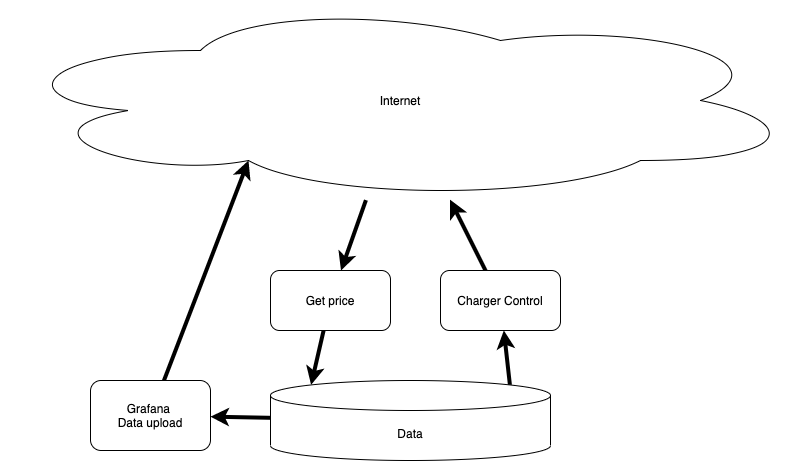
This is design.png from rhjensen79/perfect-charge, a draw.io export, as it was before one commit. Source tidied: cells renumbered, new cells last; positions are measured from the earlier drawing's top-left corner, leaving out a move shared by most shapes.
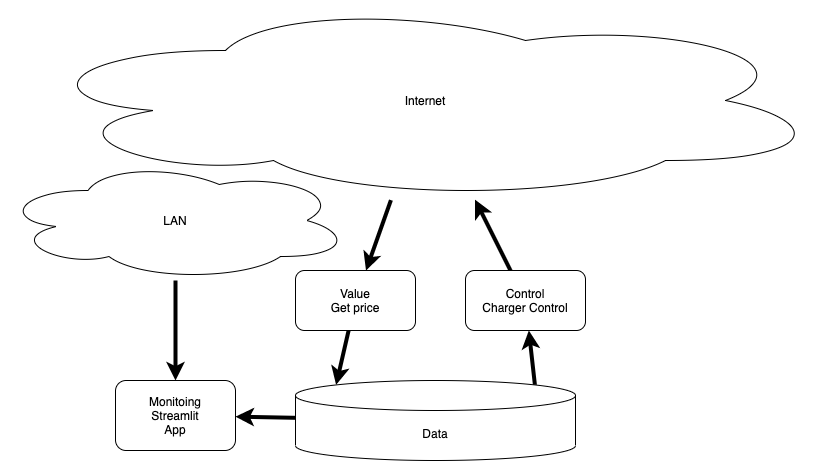
After the commit.

The edit, as a diff of the source:
```diff
@@ -2,16 +2,13 @@
   <root>
     <mxCell id="0" />
     <mxCell id="1" parent="0" />
-    <mxCell id="2" style="edgeStyle=none;html=1;entryX=0.31;entryY=0.8;entryDx=0;entryDy=0;entryPerimeter=0;strokeWidth=4;" parent="1" edge="1" source="3" target="12">
-      <mxGeometry relative="1" as="geometry" />
-    </mxCell>
-    <mxCell id="3" value="Grafana &lt;br&gt;Data upload" style="rounded=1;whiteSpace=wrap;html=1;" parent="1" vertex="1">
+    <mxCell id="3" value="Monitoing&lt;br&gt;Streamlit&lt;br&gt;App" style="rounded=1;whiteSpace=wrap;html=1;" parent="1" vertex="1">
       <mxGeometry x="90" y="380" width="120" height="70" as="geometry" />
     </mxCell>
     <mxCell id="4" style="edgeStyle=none;html=1;entryX=0.145;entryY=0;entryDx=0;entryDy=4.35;entryPerimeter=0;strokeWidth=4;" parent="1" edge="1" source="5" target="8">
       <mxGeometry relative="1" as="geometry" />
     </mxCell>
-    <mxCell id="5" value="Get price" style="rounded=1;whiteSpace=wrap;html=1;" parent="1" vertex="1">
+    <mxCell id="5" value="Value&lt;br&gt;Get price" style="rounded=1;whiteSpace=wrap;html=1;" parent="1" vertex="1">
       <mxGeometry x="270" y="270" width="120" height="60" as="geometry" />
     </mxCell>
     <mxCell id="6" style="edgeStyle=none;html=1;exitX=0.855;exitY=0;exitDx=0;exitDy=4.35;exitPerimeter=0;strokeWidth=4;" parent="1" edge="1" source="8" target="10">
@@ -26,7 +23,7 @@
     <mxCell id="9" style="edgeStyle=none;html=1;strokeWidth=4;" parent="1" edge="1" source="10" target="12">
       <mxGeometry relative="1" as="geometry" />
     </mxCell>
-    <mxCell id="10" value="Charger Control" style="rounded=1;whiteSpace=wrap;html=1;" parent="1" vertex="1">
+    <mxCell id="10" value="Control&lt;br&gt;Charger Control" style="rounded=1;whiteSpace=wrap;html=1;" parent="1" vertex="1">
       <mxGeometry x="440" y="270" width="120" height="60" as="geometry" />
     </mxCell>
     <mxCell id="11" style="edgeStyle=none;html=1;strokeWidth=4;" parent="1" edge="1" source="12" target="5">
@@ -35,5 +32,11 @@
     <mxCell id="12" value="Internet" style="ellipse;shape=cloud;whiteSpace=wrap;html=1;" parent="1" vertex="1">
       <mxGeometry width="800" height="200" as="geometry" />
     </mxCell>
+    <mxCell id="13" style="edgeStyle=none;html=1;strokeWidth=4;" parent="1" edge="1" source="14" target="3">
+      <mxGeometry relative="1" as="geometry" />
+    </mxCell>
+    <mxCell id="14" value="LAN" style="ellipse;shape=cloud;whiteSpace=wrap;html=1;" parent="1" vertex="1">
+      <mxGeometry x="-25" y="160" width="350" height="120" as="geometry" />
+    </mxCell>
   </root>
 </mxGraphModel>
```
